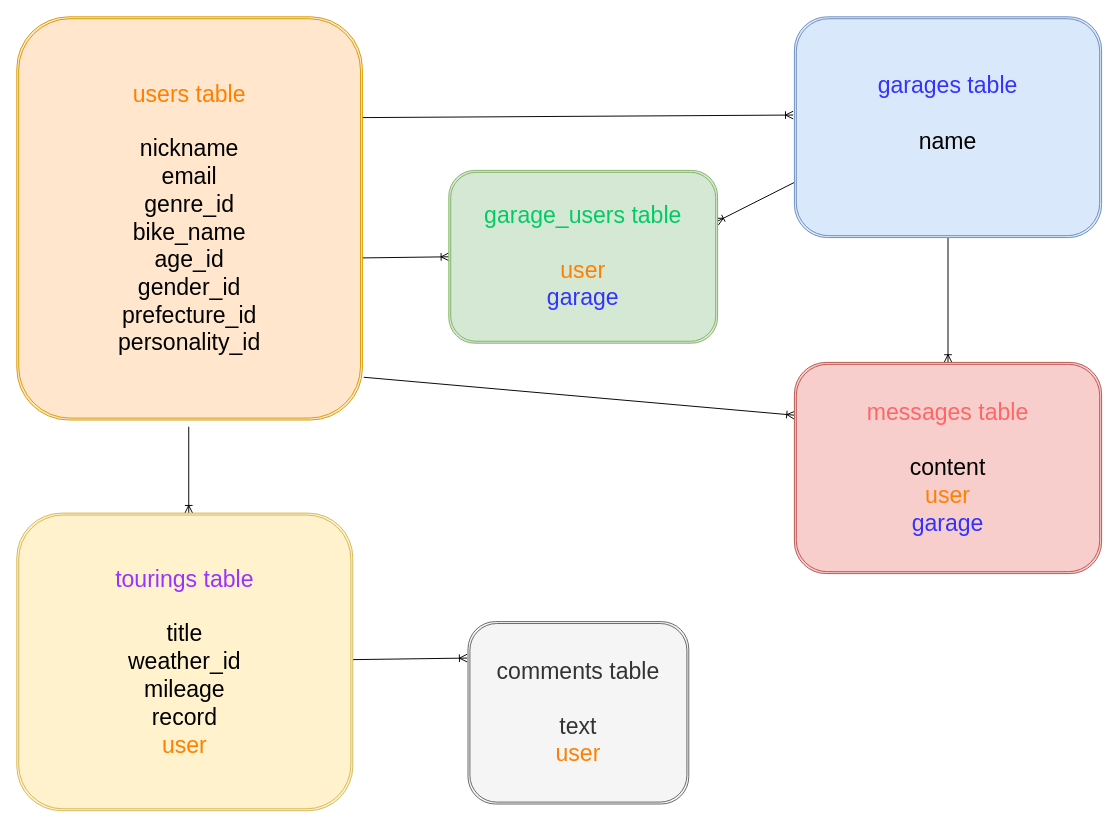
This is page "ページ1" (1 of 2) of er.ride-with-me.dio from Tomoka17/Ride-with-Me2, a draw.io file, before an edit. Source tidied: cells renumbered, new cells numbered last; positions are measured from the earlier drawing's top-left corner, leaving out a move shared by most shapes. Both pictures are drawn from the tidied source at 96%, with x=0, y=0 at pixel (16, 16).
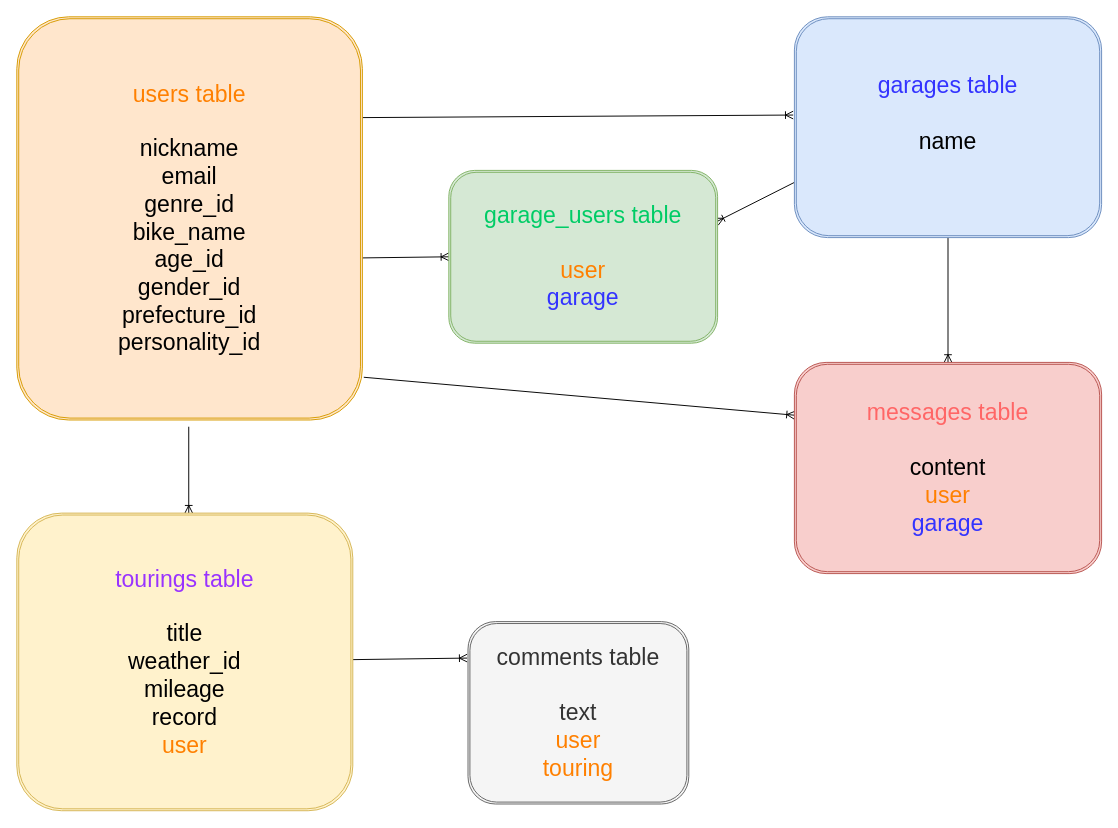
Above is the later version.

Commit message (it also covers changes not shown here):
カラム追加、テーブル修正

Change to the diagram source:
```diff
@@
 <mxGraphModel>
   <root>
     <mxCell id="0" />
     <mxCell id="1" parent="0" />
     <mxCell id="2" style="edgeStyle=none;html=1;exitX=0.999;exitY=0.598;exitDx=0;exitDy=0;entryX=0;entryY=0.5;entryDx=0;entryDy=0;fontSize=24;endArrow=ERoneToMany;endFill=0;exitPerimeter=0;" parent="1" edge="1" source="6" target="10">
       <mxGeometry relative="1" as="geometry" />
     </mxCell>
     <mxCell id="3" style="edgeStyle=none;html=1;exitX=1;exitY=0.25;exitDx=0;exitDy=0;entryX=-0.004;entryY=0.445;entryDx=0;entryDy=0;entryPerimeter=0;fontSize=24;fontColor=#FF6666;endArrow=ERoneToMany;endFill=0;" parent="1" edge="1" source="6" target="9">
       <mxGeometry relative="1" as="geometry" />
     </mxCell>
     <mxCell id="4" style="edgeStyle=none;html=1;entryX=0;entryY=0.25;entryDx=0;entryDy=0;fontSize=24;fontColor=#FF6666;endArrow=ERoneToMany;endFill=0;exitX=1.004;exitY=0.894;exitDx=0;exitDy=0;exitPerimeter=0;" parent="1" edge="1" source="6" target="11">
       <mxGeometry relative="1" as="geometry" />
     </mxCell>
     <mxCell id="5" style="edgeStyle=none;html=1;fontSize=24;fontColor=#FF8000;endArrow=ERoneToMany;endFill=0;" parent="1" edge="1">
       <mxGeometry relative="1" as="geometry">
         <mxPoint x="179.1" y="427" as="sourcePoint" />
         <mxPoint x="179.1" y="517" as="targetPoint" />
       </mxGeometry>
     </mxCell>
     <mxCell id="6" value="&lt;font color=&quot;#ff8000&quot;&gt;users table&lt;br&gt;&lt;/font&gt;&lt;br&gt;nickname&lt;br&gt;email&lt;br&gt;genre_id&lt;br&gt;bike_name&lt;br&gt;age_id&lt;br&gt;gender_id&lt;br&gt;prefecture_id&lt;br&gt;personality_id" style="shape=ext;double=1;rounded=1;whiteSpace=wrap;html=1;fontSize=24;strokeColor=#d79b00;fillColor=#ffe6cc;" parent="1" vertex="1">
       <mxGeometry width="360" height="420" as="geometry" />
     </mxCell>
     <mxCell id="7" style="edgeStyle=none;html=1;exitX=0;exitY=0.75;exitDx=0;exitDy=0;entryX=0.996;entryY=0.297;entryDx=0;entryDy=0;entryPerimeter=0;fontSize=24;fontColor=#FF6666;endArrow=ERoneToMany;endFill=0;" parent="1" edge="1" source="9" target="10">
       <mxGeometry relative="1" as="geometry" />
     </mxCell>
     <mxCell id="8" style="edgeStyle=none;html=1;fontSize=24;fontColor=#FF6666;endArrow=ERoneToMany;endFill=0;entryX=0.5;entryY=0;entryDx=0;entryDy=0;" parent="1" edge="1" source="9" target="11">
       <mxGeometry relative="1" as="geometry" />
     </mxCell>
     <mxCell id="9" value="&lt;font style=&quot;font-size: 24px&quot;&gt;&lt;font color=&quot;#3333ff&quot;&gt;garages table&lt;/font&gt;&lt;br&gt;&lt;br&gt;name&lt;br&gt;&lt;br&gt;&lt;/font&gt;" style="shape=ext;double=1;rounded=1;whiteSpace=wrap;html=1;fontSize=18;fillColor=#dae8fc;strokeColor=#6c8ebf;" parent="1" vertex="1">
       <mxGeometry x="810" width="320" height="230" as="geometry" />
     </mxCell>
     <mxCell id="10" value="&lt;font color=&quot;#00cc66&quot;&gt;garage_users table&lt;/font&gt;&lt;br&gt;&lt;br&gt;&lt;font color=&quot;#ff8000&quot;&gt;user&lt;/font&gt;&lt;br&gt;&lt;font color=&quot;#3333ff&quot;&gt;garage&lt;/font&gt;" style="shape=ext;double=1;rounded=1;whiteSpace=wrap;html=1;fontSize=24;fillColor=#d5e8d4;strokeColor=#82b366;" parent="1" vertex="1">
       <mxGeometry x="450" y="160" width="280" height="180" as="geometry" />
     </mxCell>
     <mxCell id="11" value="&lt;font color=&quot;#ff6666&quot;&gt;messages table&lt;/font&gt;&lt;br&gt;&amp;nbsp;&lt;br&gt;content&lt;br&gt;&lt;font color=&quot;#ff8000&quot;&gt;user&lt;/font&gt;&lt;br&gt;&lt;font color=&quot;#3333ff&quot;&gt;garage&lt;/font&gt;" style="shape=ext;double=1;rounded=1;whiteSpace=wrap;html=1;fontSize=24;glass=0;shadow=0;fillColor=#f8cecc;strokeColor=#b85450;" parent="1" vertex="1">
       <mxGeometry x="810" y="360" width="320" height="220" as="geometry" />
     </mxCell>
     <mxCell id="12" style="edgeStyle=none;html=1;entryX=-0.004;entryY=0.2;entryDx=0;entryDy=0;entryPerimeter=0;fontSize=24;fontColor=#FF8000;endArrow=ERoneToMany;endFill=0;" parent="1" edge="1" source="13" target="14">
       <mxGeometry relative="1" as="geometry" />
     </mxCell>
     <mxCell id="13" value="&lt;font color=&quot;#9933ff&quot;&gt;tourings table&lt;br&gt;&lt;/font&gt;&lt;br&gt;title&lt;br&gt;weather_id&lt;br&gt;mileage&lt;br&gt;record&lt;br&gt;&lt;font color=&quot;#ff8000&quot;&gt;user&lt;/font&gt;" style="shape=ext;double=1;rounded=1;whiteSpace=wrap;html=1;shadow=0;glass=0;fontSize=24;strokeColor=#d6b656;fillColor=#fff2cc;" parent="1" vertex="1">
       <mxGeometry y="517" width="350" height="310" as="geometry" />
     </mxCell>
-    <mxCell id="14" value="comments table&lt;br&gt;&lt;br&gt;text&lt;br&gt;&lt;font color=&quot;#ff8000&quot;&gt;user&lt;/font&gt;" style="shape=ext;double=1;rounded=1;whiteSpace=wrap;html=1;shadow=0;glass=0;fontSize=24;strokeColor=#666666;fillColor=#f5f5f5;fontColor=#333333;" parent="1" vertex="1">
+    <mxCell id="14" value="comments table&lt;br&gt;&lt;br&gt;text&lt;br&gt;&lt;font color=&quot;#ff8000&quot;&gt;user&lt;br&gt;touring&lt;br&gt;&lt;/font&gt;" style="shape=ext;double=1;rounded=1;whiteSpace=wrap;html=1;shadow=0;glass=0;fontSize=24;strokeColor=#666666;fillColor=#f5f5f5;fontColor=#333333;" parent="1" vertex="1">
       <mxGeometry x="470" y="630" width="230" height="190" as="geometry" />
     </mxCell>
   </root>
 </mxGraphModel>
```
